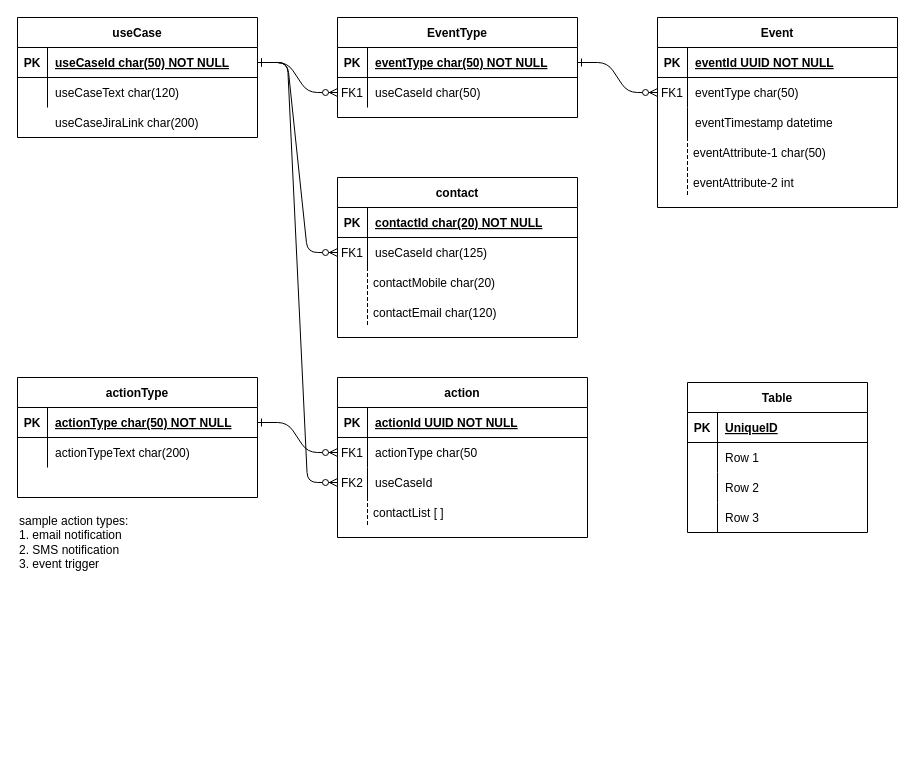
Before: Untitled Diagram.drawio in Fischlein18/test-eventing, a draw.io diagram. Source tidied: cells renumbered, new cells numbered last; positions are measured from the earlier drawing's top-left corner, leaving out a move shared by most shapes. Both pictures are drawn from the tidied source at 100%, with x=0, y=0 at pixel (17, 17).
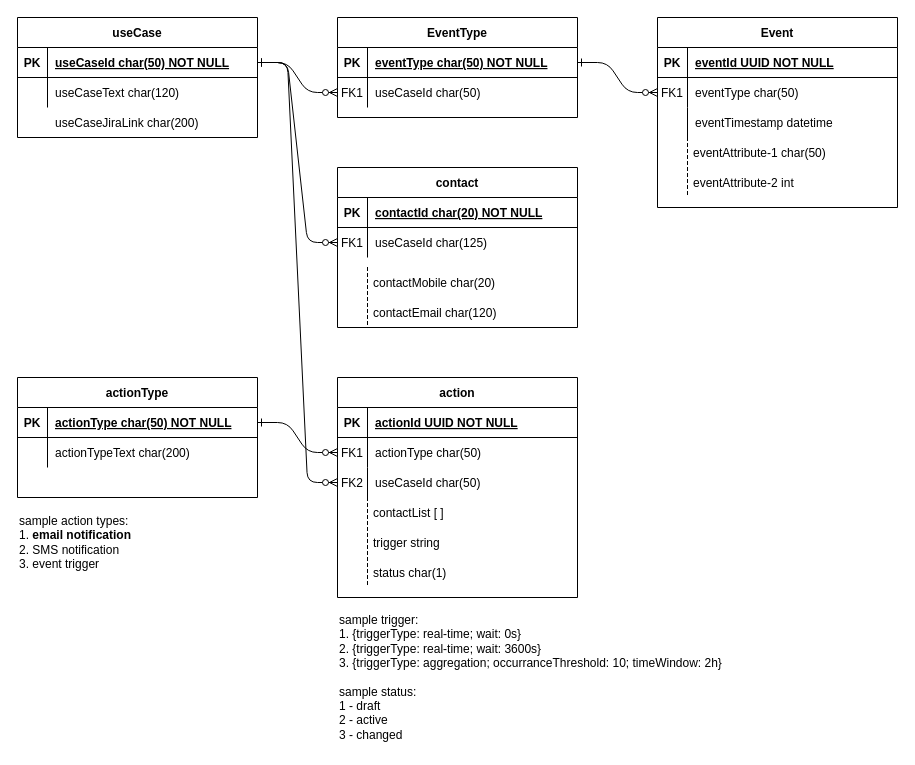
The same diagram, later.

The edit, as a diff of the source:
```diff
@@
     <mxCell id="13" value="action" style="shape=table;startSize=30;childLayout=tableLayout;rowLines=0;fontStyle=1;align=center;" parent="1" vertex="1">
-      <mxGeometry x="320" y="360" width="250" height="160" as="geometry" />
+      <mxGeometry x="320" y="360" width="240" height="220" as="geometry" />
     </mxCell>
     <mxCell id="14" style="shape=partialRectangle;fillColor=none;top=0;left=0;right=0;bottom=1;" parent="13" vertex="1">
-      <mxGeometry y="30" width="250" height="30" as="geometry" />
+      <mxGeometry y="30" width="240" height="30" as="geometry" />
     </mxCell>
@@
     <mxCell id="16" value="actionId UUID NOT NULL" style="shape=partialRectangle;overflow=hidden;fillColor=none;top=0;left=0;bottom=0;right=0;align=left;spacingLeft=6;fontStyle=5;" parent="14" vertex="1">
-      <mxGeometry x="30" width="220" height="30" as="geometry" />
+      <mxGeometry x="30" width="210" height="30" as="geometry" />
     </mxCell>
     <mxCell id="17" style="shape=partialRectangle;fillColor=none;points=[[0,0.5],[1,0.5]];portConstraint=eastwest;top=0;left=0;right=0;bottom=0;" parent="13" vertex="1">
-      <mxGeometry y="60" width="250" height="30" as="geometry" />
+      <mxGeometry y="60" width="240" height="30" as="geometry" />
     </mxCell>
@@
-    <mxCell id="19" value="actionType char(50" style="shape=partialRectangle;overflow=hidden;fillColor=none;top=0;left=0;bottom=0;right=0;align=left;spacingLeft=6;" parent="17" vertex="1">
-      <mxGeometry x="30" width="220" height="30" as="geometry" />
+    <mxCell id="19" value="actionType char(50)" style="shape=partialRectangle;overflow=hidden;fillColor=none;top=0;left=0;bottom=0;right=0;align=left;spacingLeft=6;" parent="17" vertex="1">
+      <mxGeometry x="30" width="210" height="30" as="geometry" />
     </mxCell>
     <mxCell id="20" style="shape=partialRectangle;fillColor=none;points=[[0,0.5],[1,0.5]];portConstraint=eastwest;top=0;left=0;right=0;bottom=0;" parent="13" vertex="1">
-      <mxGeometry y="90" width="250" height="30" as="geometry" />
+      <mxGeometry y="90" width="240" height="30" as="geometry" />
     </mxCell>
@@
-    <mxCell id="22" value="useCaseId" style="shape=partialRectangle;overflow=hidden;fillColor=none;top=0;left=0;bottom=0;right=0;align=left;spacingLeft=6;" parent="20" vertex="1">
-      <mxGeometry x="30" width="220" height="30" as="geometry" />
+    <mxCell id="22" value="useCaseId char(50)" style="shape=partialRectangle;overflow=hidden;fillColor=none;top=0;left=0;bottom=0;right=0;align=left;spacingLeft=6;" parent="20" vertex="1">
+      <mxGeometry x="30" width="210" height="30" as="geometry" />
     </mxCell>
@@
     <mxCell id="42" value="contact" style="shape=table;startSize=30;childLayout=tableLayout;rowLines=0;fontStyle=1;align=center;" parent="1" vertex="1">
-      <mxGeometry x="320" y="160" width="240" height="160" as="geometry" />
+      <mxGeometry x="320" y="150" width="240" height="160" as="geometry" />
     </mxCell>
@@
-    <mxCell id="57" value="sample action types:&lt;br&gt;1. email notification&lt;br&gt;2. SMS notification&lt;br&gt;3. event trigger" style="text;html=1;strokeColor=none;fillColor=none;align=left;verticalAlign=middle;whiteSpace=wrap;rounded=0;" parent="1" vertex="1">
+    <mxCell id="57" value="sample action types:&lt;br&gt;1. &lt;b&gt;email notification&lt;/b&gt;&lt;br&gt;2. SMS notification&lt;br&gt;3. event trigger" style="text;html=1;strokeColor=none;fillColor=none;align=left;verticalAlign=middle;whiteSpace=wrap;rounded=0;" parent="1" vertex="1">
       <mxGeometry y="490" width="240" height="70" as="geometry" />
     </mxCell>
@@
     <mxCell id="60" value="contactList [ ]" style="shape=partialRectangle;fillColor=none;align=left;verticalAlign=middle;strokeColor=none;spacingLeft=34;" parent="1" vertex="1">
-      <mxGeometry x="320" y="480" width="250" height="30" as="geometry" />
+      <mxGeometry x="320" y="480" width="240" height="30" as="geometry" />
     </mxCell>
@@
-    <mxCell id="62" value="Table" style="shape=table;startSize=30;childLayout=tableLayout;rowLines=0;fontStyle=1;align=center;" parent="1" vertex="1">
-      <mxGeometry x="670" y="365" width="180" height="150" as="geometry" />
-    </mxCell>
-    <mxCell id="63" style="shape=tableRow;horizontal=0;startSize=0;swimlaneHead=0;swimlaneBody=0;fillColor=none;top=0;left=0;right=0;bottom=1;" parent="62" vertex="1">
-      <mxGeometry y="30" width="180" height="30" as="geometry" />
-    </mxCell>
-    <mxCell id="64" value="PK" style="shape=partialRectangle;fillColor=none;top=0;left=0;bottom=0;right=0;fontStyle=1;overflow=hidden;" parent="63" vertex="1">
-      <mxGeometry width="30" height="30" as="geometry" />
-    </mxCell>
-    <mxCell id="65" value="UniqueID" style="shape=partialRectangle;fillColor=none;top=0;left=0;bottom=0;right=0;align=left;spacingLeft=6;fontStyle=5;overflow=hidden;" parent="63" vertex="1">
-      <mxGeometry x="30" width="150" height="30" as="geometry" />
-    </mxCell>
-    <mxCell id="66" style="shape=tableRow;horizontal=0;startSize=0;swimlaneHead=0;swimlaneBody=0;fillColor=none;top=0;left=0;right=0;bottom=0;" parent="62" vertex="1">
-      <mxGeometry y="60" width="180" height="30" as="geometry" />
-    </mxCell>
-    <mxCell id="67" style="shape=partialRectangle;fillColor=none;top=0;left=0;bottom=0;right=0;overflow=hidden;" parent="66" vertex="1">
-      <mxGeometry width="30" height="30" as="geometry" />
-    </mxCell>
-    <mxCell id="68" value="Row 1" style="shape=partialRectangle;fillColor=none;top=0;left=0;bottom=0;right=0;align=left;spacingLeft=6;overflow=hidden;" parent="66" vertex="1">
-      <mxGeometry x="30" width="150" height="30" as="geometry" />
-    </mxCell>
-    <mxCell id="69" style="shape=tableRow;horizontal=0;startSize=0;swimlaneHead=0;swimlaneBody=0;fillColor=none;top=0;left=0;right=0;bottom=0;" parent="62" vertex="1">
-      <mxGeometry y="90" width="180" height="30" as="geometry" />
-    </mxCell>
-    <mxCell id="70" style="shape=partialRectangle;fillColor=none;top=0;left=0;bottom=0;right=0;overflow=hidden;" parent="69" vertex="1">
-      <mxGeometry width="30" height="30" as="geometry" />
-    </mxCell>
-    <mxCell id="71" value="Row 2" style="shape=partialRectangle;fillColor=none;top=0;left=0;bottom=0;right=0;align=left;spacingLeft=6;overflow=hidden;" parent="69" vertex="1">
-      <mxGeometry x="30" width="150" height="30" as="geometry" />
-    </mxCell>
-    <mxCell id="72" style="shape=tableRow;horizontal=0;startSize=0;swimlaneHead=0;swimlaneBody=0;fillColor=none;top=0;left=0;right=0;bottom=0;" parent="62" vertex="1">
-      <mxGeometry y="120" width="180" height="30" as="geometry" />
-    </mxCell>
-    <mxCell id="73" style="shape=partialRectangle;fillColor=none;top=0;left=0;bottom=0;right=0;overflow=hidden;" parent="72" vertex="1">
-      <mxGeometry width="30" height="30" as="geometry" />
-    </mxCell>
-    <mxCell id="74" value="Row 3" style="shape=partialRectangle;fillColor=none;top=0;left=0;bottom=0;right=0;align=left;spacingLeft=6;overflow=hidden;" parent="72" vertex="1">
-      <mxGeometry x="30" width="150" height="30" as="geometry" />
-    </mxCell>
@@
+    <mxCell id="83" value="trigger string" style="shape=partialRectangle;fillColor=none;align=left;verticalAlign=middle;strokeColor=none;spacingLeft=34;" parent="1" vertex="1">
+      <mxGeometry x="320" y="510" width="240" height="30" as="geometry" />
+    </mxCell>
+    <mxCell id="84" style="shape=partialRectangle;top=0;left=0;bottom=0;fillColor=none;stokeWidth=1;dashed=1;align=left;verticalAlign=middle;spacingLeft=4;spacingRight=4;overflow=hidden;" parent="83" vertex="1">
+      <mxGeometry width="30" height="30" as="geometry" />
+    </mxCell>
+    <mxCell id="85" value="sample trigger:&lt;br&gt;1. {triggerType: real-time; wait: 0s}&lt;br&gt;2. {triggerType: real-time; wait: 3600s}&lt;br&gt;3. {triggerType: aggregation; occurranceThreshold: 10; timeWindow: 2h}&lt;br&gt;&lt;br&gt;sample status:&lt;br&gt;1 - draft&lt;br&gt;2 - active&lt;br&gt;3 - changed" style="text;html=1;strokeColor=none;fillColor=none;align=left;verticalAlign=middle;whiteSpace=wrap;rounded=0;" parent="1" vertex="1">
+      <mxGeometry x="320" y="590" width="400" height="140" as="geometry" />
+    </mxCell>
+    <mxCell id="86" value="status char(1)" style="shape=partialRectangle;fillColor=none;align=left;verticalAlign=middle;strokeColor=none;spacingLeft=34;" parent="1" vertex="1">
+      <mxGeometry x="320" y="540" width="240" height="30" as="geometry" />
+    </mxCell>
+    <mxCell id="87" style="shape=partialRectangle;top=0;left=0;bottom=0;fillColor=none;stokeWidth=1;dashed=1;align=left;verticalAlign=middle;spacingLeft=4;spacingRight=4;overflow=hidden;" parent="86" vertex="1">
+      <mxGeometry width="30" height="30" as="geometry" />
+    </mxCell>
```
